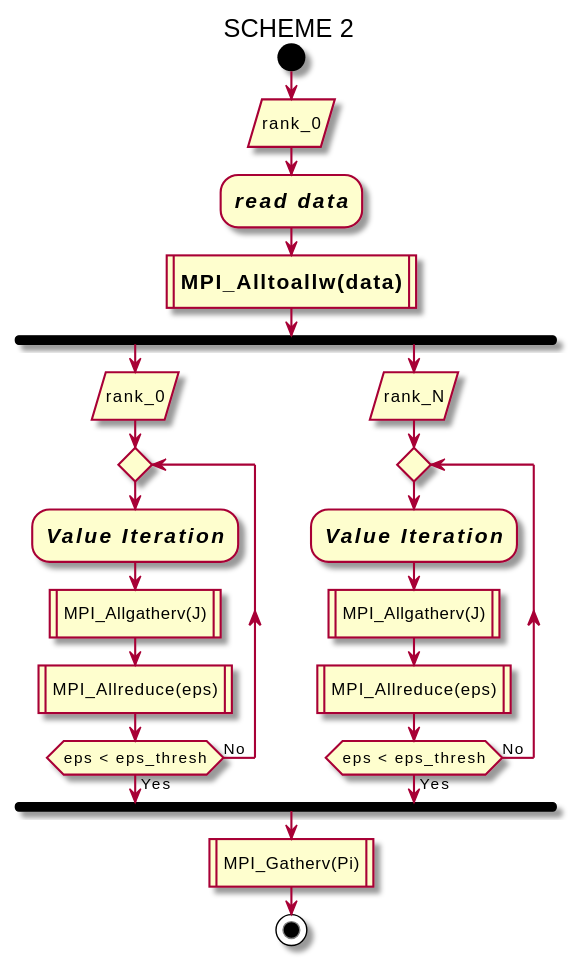
The PlantUML diagram out/src/scheme2/scheme2.svg in hashkode/hpcfmi-mpivi, before a commit. Its diagram source:
```plantuml
@startuml
title SCHEME 2
start
    :rank_0/
    :<size:15><i><b>read data</b></i></size>;
:<size:15><b>MPI_Alltoallw(data)</b></size>|
fork
    :rank_0/
repeat
    :<size:15><i><b>Value Iteration</b></i></size>;
    :MPI_Allgatherv(J)|
    :MPI_Allreduce(eps)|
repeat while (eps < eps_thresh) is (No) not (Yes)
fork again
    :rank_N/
repeat
    :<size:15><i><b>Value Iteration</b></i></size>;
    :MPI_Allgatherv(J)|
    :MPI_Allreduce(eps)|
repeat while (eps < eps_thresh) is (No) not (Yes)
end fork
:MPI_Gatherv(Pi)|
stop

@enduml
```
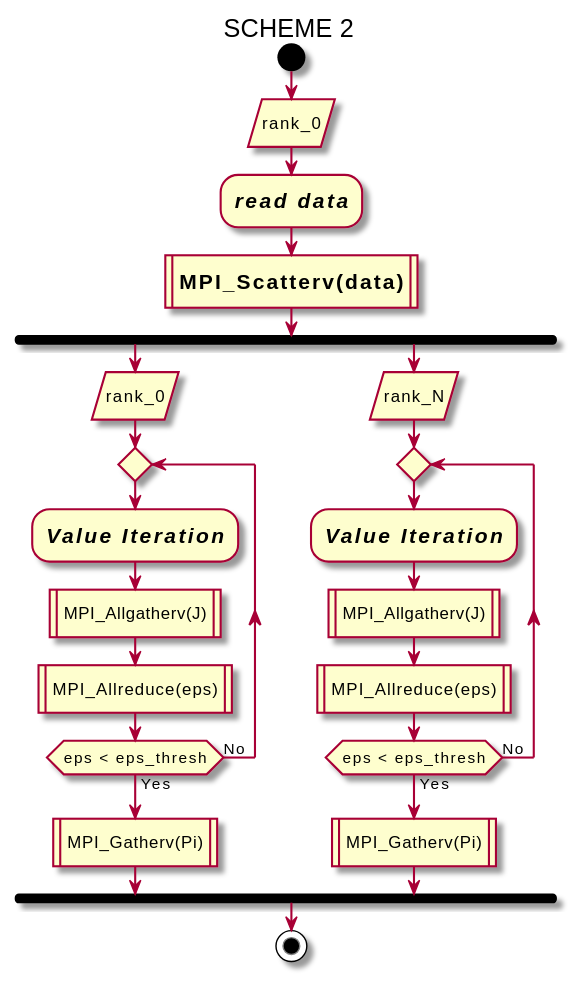
The same file after the commit.

What changed in the source:
```diff
@@ -3,7 +3,7 @@
 start
     :rank_0/
     :<size:15><i><b>read data</b></i></size>;
-:<size:15><b>MPI_Alltoallw(data)</b></size>|
+:<size:15><b>MPI_Scatterv(data)</b></size>|
 fork
     :rank_0/
 repeat
@@ -11,6 +11,7 @@
     :MPI_Allgatherv(J)|
     :MPI_Allreduce(eps)|
 repeat while (eps < eps_thresh) is (No) not (Yes)
+:MPI_Gatherv(Pi)|
 fork again
     :rank_N/
 repeat
@@ -18,8 +19,8 @@
     :MPI_Allgatherv(J)|
     :MPI_Allreduce(eps)|
 repeat while (eps < eps_thresh) is (No) not (Yes)
+:MPI_Gatherv(Pi)|
 end fork
-:MPI_Gatherv(Pi)|
 stop
 
 @enduml
```
